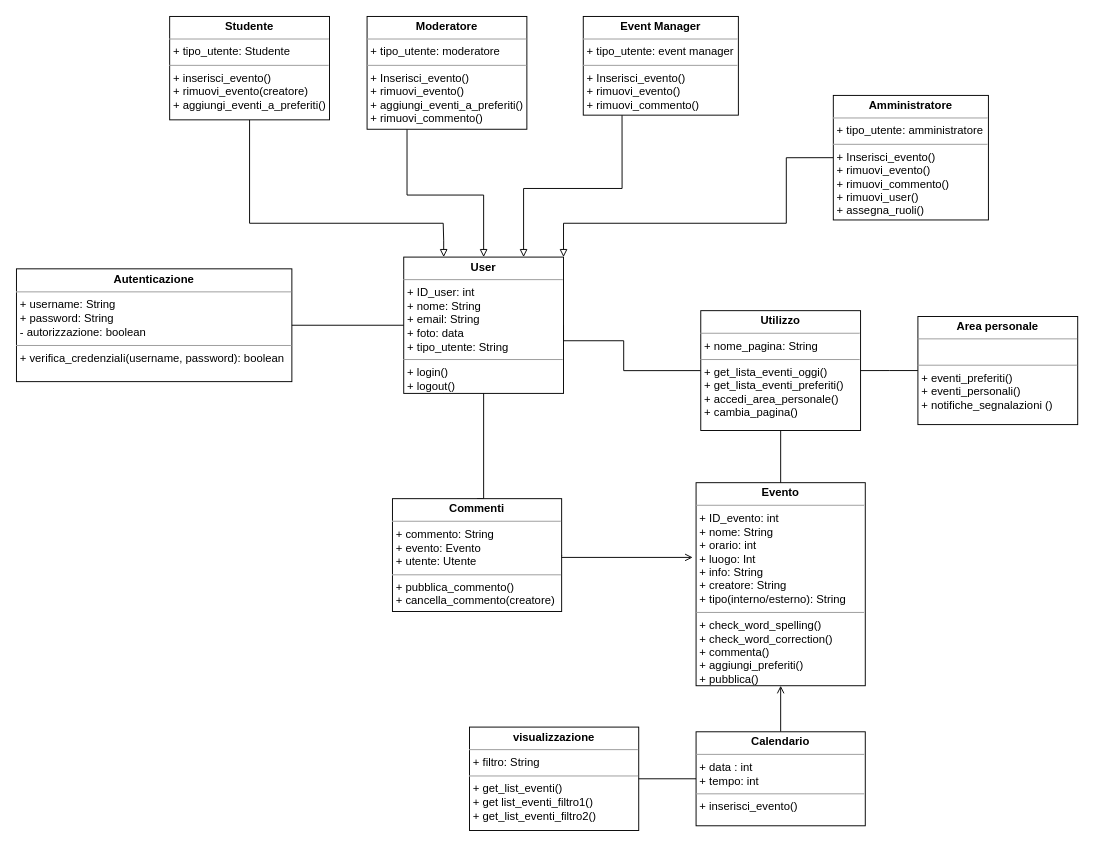
This is diagrams/4.class_diagram/Class_diagram_IS.drawio from tomasel/IS_Univents, a draw.io file, before an edit. Source tidied: cells renumbered, new cells numbered last; positions are measured from the earlier drawing's top-left corner, leaving out a move shared by most shapes. Both pictures are drawn from the tidied source at 94%, with x=0, y=0 at pixel (16, 16).
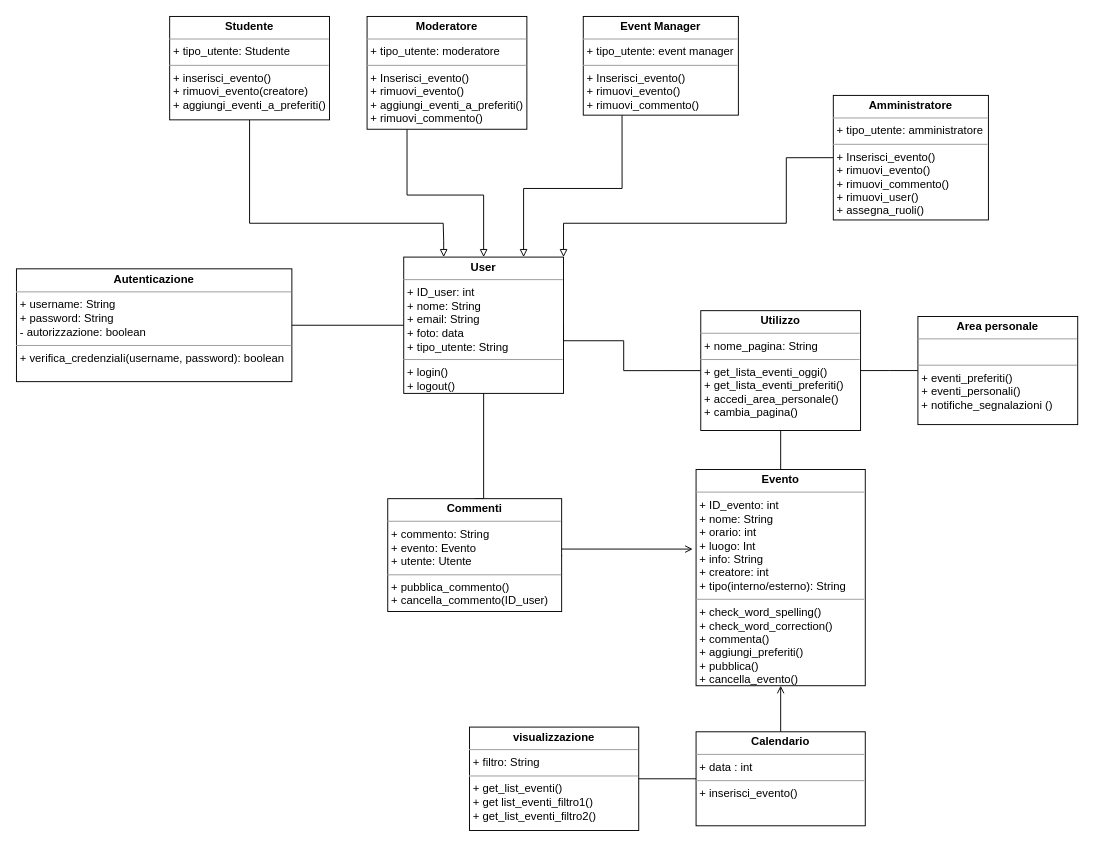
The same diagram, later.

What changed in the source:
```diff
@@
-    <mxCell id="13" value="&lt;p style=&quot;margin: 0px ; margin-top: 4px ; text-align: center&quot;&gt;&lt;b&gt;Evento&lt;/b&gt;&lt;/p&gt;&lt;hr size=&quot;1&quot;&gt;&lt;p style=&quot;margin: 0px ; margin-left: 4px&quot;&gt;+ ID_evento: int&lt;/p&gt;&lt;p style=&quot;margin: 0px ; margin-left: 4px&quot;&gt;+ nome: String&lt;/p&gt;&lt;p style=&quot;margin: 0px ; margin-left: 4px&quot;&gt;+ orario: int&lt;/p&gt;&lt;p style=&quot;margin: 0px ; margin-left: 4px&quot;&gt;+ luogo: Int&lt;/p&gt;&lt;p style=&quot;margin: 0px ; margin-left: 4px&quot;&gt;+ info: String&lt;/p&gt;&lt;p style=&quot;margin: 0px ; margin-left: 4px&quot;&gt;+ creatore: String&lt;/p&gt;&lt;p style=&quot;margin: 0px ; margin-left: 4px&quot;&gt;+ tipo(interno/esterno): String&lt;/p&gt;&lt;hr size=&quot;1&quot;&gt;&lt;p style=&quot;margin: 0px ; margin-left: 4px&quot;&gt;&lt;span&gt;+ check_word_spelling&lt;/span&gt;&lt;span&gt;()&lt;/span&gt;&lt;br&gt;&lt;/p&gt;&lt;p style=&quot;margin: 0px ; margin-left: 4px&quot;&gt;&lt;span&gt;+ check_word_correction()&lt;/span&gt;&lt;/p&gt;&lt;p style=&quot;margin: 0px ; margin-left: 4px&quot;&gt;&lt;span&gt;+ commenta()&lt;/span&gt;&lt;/p&gt;&lt;p style=&quot;margin: 0px ; margin-left: 4px&quot;&gt;&lt;span&gt;+ aggiungi_preferiti()&lt;/span&gt;&lt;/p&gt;&lt;p style=&quot;margin: 0px ; margin-left: 4px&quot;&gt;&lt;span&gt;+ pubblica()&lt;/span&gt;&lt;/p&gt;&lt;span style=&quot;color: rgba(0 , 0 , 0 , 0) ; font-family: monospace ; font-size: 0px&quot;&gt;%3CmxGraphModel%3E%3Croot%3E%3CmxCell%20id%3D%220%22%2F%3E%3CmxCell%20id%3D%221%22%20parent%3D%220%22%2F%3E%3CmxCell%20id%3D%222%22%20value%3D%22%26lt%3Bp%20style%3D%26quot%3Bmargin%3A%200px%20%3B%20margin-top%3A%204px%20%3B%20text-align%3A%20center%26quot%3B%26gt%3B%26lt%3Bb%26gt%3BStudente%26lt%3B%2Fb%26gt%3B%26lt%3B%2Fp%26gt%3B%26lt%3Bhr%20size%3D%26quot%3B1%26quot%3B%26gt%3B%26lt%3Bp%20style%3D%26quot%3Bmargin%3A%200px%20%3B%20margin-left%3A%204px%26quot%3B%26gt%3Blista_eventi_creati%26lt%3B%2Fp%26gt%3B%26lt%3Bp%20style%3D%26quot%3Bmargin%3A%200px%20%3B%20margin-left%3A%204px%26quot%3B%26gt%3Blista_eventi_preferiti%26lt%3B%2Fp%26gt%3B%26lt%3Bhr%20size%3D%26quot%3B1%26quot%3B%26gt%3B%26lt%3Bp%20style%3D%26quot%3Bmargin%3A%200px%20%3B%20margin-left%3A%204px%26quot%3B%26gt%3Bcommenta()%26lt%3B%2Fp%26gt%3B%26lt%3Bp%20style%3D%26quot%3Bmargin%3A%200px%20%3B%20margin-left%3A%204px%26quot%3B%26gt%3BInserisci_evento()%26lt%3B%2Fp%26gt%3B%26lt%3Bp%20style%3D%26quot%3Bmargin%3A%200px%20%3B%20margin-left%3A%204px%26quot%3B%26gt%3Brimuovi_evento(creatore)%26lt%3B%2Fp%26gt%3B%26lt%3Bp%20style%3D%26quot%3Bmargin%3A%200px%20%3B%20margin-left%3A%204px%26quot%3B%26gt%3B%26lt%3Bbr%26gt%3B%26lt%3B%2Fp%26gt%3B%26lt%3Bp%20style%3D%26quot%3Bmargin%3A%200px%20%3B%20margin-left%3A%204px%26quot%3B%26gt%3B%26lt%3Bbr%26gt%3B%26lt%3B%2Fp%26gt%3B%22%20style%3D%22verticalAlign%3Dtop%3Balign%3Dleft%3Boverflow%3Dfill%3BfontSize%3D12%3BfontFamily%3DHelvetica%3Bhtml%3D1%3B%22%20vertex%3D%221%22%20parent%3D%221%22%3E%3CmxGeometry%20x%3D%22120%22%20y%3D%22495%22%20width%3D%22160%22%20height%3D%22185%22%20as%3D%22geometry%22%2F%3E%3C%2FmxCell%3E%3C%2Froot%3E%3C%2FmxGraphModel%3&lt;br&gt;&lt;/span&gt;&lt;p style=&quot;margin: 0px ; margin-left: 4px&quot;&gt;&lt;br&gt;&lt;/p&gt;" style="verticalAlign=top;align=left;overflow=fill;fontSize=12;fontFamily=Helvetica;html=1;" parent="1" vertex="1">
-      <mxGeometry x="723" y="496" width="180" height="216" as="geometry" />
+    <mxCell id="13" value="&lt;p style=&quot;margin: 0px ; margin-top: 4px ; text-align: center&quot;&gt;&lt;b&gt;Evento&lt;/b&gt;&lt;/p&gt;&lt;hr size=&quot;1&quot;&gt;&lt;p style=&quot;margin: 0px ; margin-left: 4px&quot;&gt;+ ID_evento: int&lt;/p&gt;&lt;p style=&quot;margin: 0px ; margin-left: 4px&quot;&gt;+ nome: String&lt;/p&gt;&lt;p style=&quot;margin: 0px ; margin-left: 4px&quot;&gt;+ orario: int&lt;/p&gt;&lt;p style=&quot;margin: 0px ; margin-left: 4px&quot;&gt;+ luogo: Int&lt;/p&gt;&lt;p style=&quot;margin: 0px ; margin-left: 4px&quot;&gt;+ info: String&lt;/p&gt;&lt;p style=&quot;margin: 0px ; margin-left: 4px&quot;&gt;+ creatore: int&lt;/p&gt;&lt;p style=&quot;margin: 0px ; margin-left: 4px&quot;&gt;+ tipo(interno/esterno): String&lt;/p&gt;&lt;hr size=&quot;1&quot;&gt;&lt;p style=&quot;margin: 0px ; margin-left: 4px&quot;&gt;&lt;span&gt;+ check_word_spelling&lt;/span&gt;&lt;span&gt;()&lt;/span&gt;&lt;br&gt;&lt;/p&gt;&lt;p style=&quot;margin: 0px ; margin-left: 4px&quot;&gt;&lt;span&gt;+ check_word_correction()&lt;/span&gt;&lt;/p&gt;&lt;p style=&quot;margin: 0px ; margin-left: 4px&quot;&gt;&lt;span&gt;+ commenta()&lt;/span&gt;&lt;/p&gt;&lt;p style=&quot;margin: 0px ; margin-left: 4px&quot;&gt;&lt;span&gt;+ aggiungi_preferiti()&lt;/span&gt;&lt;/p&gt;&lt;p style=&quot;margin: 0px ; margin-left: 4px&quot;&gt;&lt;span&gt;+ pubblica()&lt;/span&gt;&lt;/p&gt;&lt;p style=&quot;margin: 0px ; margin-left: 4px&quot;&gt;&lt;span&gt;+ cancella_evento()&lt;/span&gt;&lt;/p&gt;&lt;span style=&quot;color: rgba(0 , 0 , 0 , 0) ; font-family: monospace ; font-size: 0px&quot;&gt;%3CmxGraphModel%3E%3Croot%3E%3CmxCell%20id%3D%220%22%2F%3E%3CmxCell%20id%3D%221%22%20parent%3D%220%22%2F%3E%3CmxCell%20id%3D%222%22%20value%3D%22%26lt%3Bp%20style%3D%26quot%3Bmargin%3A%200px%20%3B%20margin-top%3A%204px%20%3B%20text-align%3A%20center%26quot%3B%26gt%3B%26lt%3Bb%26gt%3BStudente%26lt%3B%2Fb%26gt%3B%26lt%3B%2Fp%26gt%3B%26lt%3Bhr%20size%3D%26quot%3B1%26quot%3B%26gt%3B%26lt%3Bp%20style%3D%26quot%3Bmargin%3A%200px%20%3B%20margin-left%3A%204px%26quot%3B%26gt%3Blista_eventi_creati%26lt%3B%2Fp%26gt%3B%26lt%3Bp%20style%3D%26quot%3Bmargin%3A%200px%20%3B%20margin-left%3A%204px%26quot%3B%26gt%3Blista_eventi_preferiti%26lt%3B%2Fp%26gt%3B%26lt%3Bhr%20size%3D%26quot%3B1%26quot%3B%26gt%3B%26lt%3Bp%20style%3D%26quot%3Bmargin%3A%200px%20%3B%20margin-left%3A%204px%26quot%3B%26gt%3Bcommenta()%26lt%3B%2Fp%26gt%3B%26lt%3Bp%20style%3D%26quot%3Bmargin%3A%200px%20%3B%20margin-left%3A%204px%26quot%3B%26gt%3BInserisci_evento()%26lt%3B%2Fp%26gt%3B%26lt%3Bp%20style%3D%26quot%3Bmargin%3A%200px%20%3B%20margin-left%3A%204px%26quot%3B%26gt%3Brimuovi_evento(creatore)%26lt%3B%2Fp%26gt%3B%26lt%3Bp%20style%3D%26quot%3Bmargin%3A%200px%20%3B%20margin-left%3A%204px%26quot%3B%26gt%3B%26lt%3Bbr%26gt%3B%26lt%3B%2Fp%26gt%3B%26lt%3Bp%20style%3D%26quot%3Bmargin%3A%200px%20%3B%20margin-left%3A%204px%26quot%3B%26gt%3B%26lt%3Bbr%26gt%3B%26lt%3B%2Fp%26gt%3B%22%20style%3D%22verticalAlign%3Dtop%3Balign%3Dleft%3Boverflow%3Dfill%3BfontSize%3D12%3BfontFamily%3DHelvetica%3Bhtml%3D1%3B%22%20vertex%3D%221%22%20parent%3D%221%22%3E%3CmxGeometry%20x%3D%22120%22%20y%3D%22495%22%20width%3D%22160%22%20height%3D%22185%22%20as%3D%22geometry%22%2F%3E%3C%2FmxCell%3E%3C%2Froot%3E%3C%2FmxGraphModel%3&lt;br&gt;&lt;/span&gt;&lt;p style=&quot;margin: 0px ; margin-left: 4px&quot;&gt;&lt;br&gt;&lt;/p&gt;" style="verticalAlign=top;align=left;overflow=fill;fontSize=12;fontFamily=Helvetica;html=1;" parent="1" vertex="1">
+      <mxGeometry x="723" y="482" width="180" height="230" as="geometry" />
     </mxCell>
@@
-    <mxCell id="15" value="&lt;p style=&quot;margin: 0px ; margin-top: 4px ; text-align: center&quot;&gt;&lt;b&gt;Calendario&lt;/b&gt;&lt;/p&gt;&lt;hr size=&quot;1&quot;&gt;&lt;p style=&quot;margin: 0px ; margin-left: 4px&quot;&gt;+ data : int&lt;/p&gt;&lt;p style=&quot;margin: 0px ; margin-left: 4px&quot;&gt;+ tempo: int&lt;/p&gt;&lt;hr size=&quot;1&quot;&gt;&lt;p style=&quot;margin: 0px ; margin-left: 4px&quot;&gt;&lt;/p&gt;&lt;p style=&quot;margin: 0px ; margin-left: 4px&quot;&gt;+ inserisci_evento()&lt;/p&gt;&lt;p style=&quot;margin: 0px ; margin-left: 4px&quot;&gt;&lt;br&gt;&lt;/p&gt;" style="verticalAlign=top;align=left;overflow=fill;fontSize=12;fontFamily=Helvetica;html=1;" parent="1" vertex="1">
+    <mxCell id="15" value="&lt;p style=&quot;margin: 0px ; margin-top: 4px ; text-align: center&quot;&gt;&lt;b&gt;Calendario&lt;/b&gt;&lt;/p&gt;&lt;hr size=&quot;1&quot;&gt;&lt;p style=&quot;margin: 0px ; margin-left: 4px&quot;&gt;+ data : int&lt;/p&gt;&lt;hr size=&quot;1&quot;&gt;&lt;p style=&quot;margin: 0px ; margin-left: 4px&quot;&gt;&lt;/p&gt;&lt;p style=&quot;margin: 0px ; margin-left: 4px&quot;&gt;+ inserisci_evento()&lt;/p&gt;&lt;p style=&quot;margin: 0px ; margin-left: 4px&quot;&gt;&lt;br&gt;&lt;/p&gt;" style="verticalAlign=top;align=left;overflow=fill;fontSize=12;fontFamily=Helvetica;html=1;" parent="1" vertex="1">
       <mxGeometry x="723" y="761" width="180" height="100" as="geometry" />
     </mxCell>
@@
-    <mxCell id="20" value="&lt;p style=&quot;margin: 0px ; margin-top: 4px ; text-align: center&quot;&gt;&lt;b&gt;Commenti&lt;/b&gt;&lt;/p&gt;&lt;hr size=&quot;1&quot;&gt;&lt;p style=&quot;margin: 0px 0px 0px 4px&quot;&gt;+ commento: String&lt;/p&gt;&lt;p style=&quot;margin: 0px 0px 0px 4px&quot;&gt;+ evento: Evento&lt;/p&gt;&lt;p style=&quot;margin: 0px 0px 0px 4px&quot;&gt;+ utente: Utente&lt;/p&gt;&lt;hr size=&quot;1&quot;&gt;&lt;p style=&quot;margin: 0px ; margin-left: 4px&quot;&gt;+ pubblica_commento()&lt;/p&gt;&lt;p style=&quot;margin: 0px ; margin-left: 4px&quot;&gt;+ cancella_commento(creatore)&lt;/p&gt;&lt;span style=&quot;color: rgba(0 , 0 , 0 , 0) ; font-family: monospace ; font-size: 0px&quot;&gt;%3CmxGraphModel%3E%3Croot%3E%3CmxCell%20id%3D%220%22%2F%3E%3CmxCell%20id%3D%221%22%20parent%3D%220%22%2F%3E%3CmxCell%20id%3D%222%22%20value%3D%22%26lt%3Bp%20style%3D%26quot%3Bmargin%3A%200px%20%3B%20margin-top%3A%204px%20%3B%20text-align%3A%20center%26quot%3B%26gt%3B%26lt%3Bb%26gt%3BStudente%26lt%3B%2Fb%26gt%3B%26lt%3B%2Fp%26gt%3B%26lt%3Bhr%20size%3D%26quot%3B1%26quot%3B%26gt%3B%26lt%3Bp%20style%3D%26quot%3Bmargin%3A%200px%20%3B%20margin-left%3A%204px%26quot%3B%26gt%3Blista_eventi_creati%26lt%3B%2Fp%26gt%3B%26lt%3Bp%20style%3D%26quot%3Bmargin%3A%200px%20%3B%20margin-left%3A%204px%26quot%3B%26gt%3Blista_eventi_preferiti%26lt%3B%2Fp%26gt%3B%26lt%3Bhr%20size%3D%26quot%3B1%26quot%3B%26gt%3B%26lt%3Bp%20style%3D%26quot%3Bmargin%3A%200px%20%3B%20margin-left%3A%204px%26quot%3B%26gt%3Bcommenta()%26lt%3B%2Fp%26gt%3B%26lt%3Bp%20style%3D%26quot%3Bmargin%3A%200px%20%3B%20margin-left%3A%204px%26quot%3B%26gt%3BInserisci_evento()%26lt%3B%2Fp%26gt%3B%26lt%3Bp%20style%3D%26quot%3Bmargin%3A%200px%20%3B%20margin-left%3A%204px%26quot%3B%26gt%3Brimuovi_evento(creatore)%26lt%3B%2Fp%26gt%3B%26lt%3Bp%20style%3D%26quot%3Bmargin%3A%200px%20%3B%20margin-left%3A%204px%26quot%3B%26gt%3B%26lt%3Bbr%26gt%3B%26lt%3B%2Fp%26gt%3B%26lt%3Bp%20style%3D%26quot%3Bmargin%3A%200px%20%3B%20margin-left%3A%204px%26quot%3B%26gt%3B%26lt%3Bbr%26gt%3B%26lt%3B%2Fp%26gt%3B%22%20style%3D%22verticalAlign%3Dtop%3Balign%3Dleft%3Boverflow%3Dfill%3BfontSize%3D12%3BfontFamily%3DHelvetica%3Bhtml%3D1%3B%22%20vertex%3D%221%22%20parent%3D%221%22%3E%3CmxGeometry%20x%3D%22120%22%20y%3D%22495%22%20width%3D%22160%22%20height%3D%22185%22%20as%3D%22geometry%22%2F%3E%3C%2FmxCell%3E%3C%2Froot%3E%3C%2FmxGraphModel%3&lt;br&gt;&lt;/span&gt;&lt;p style=&quot;margin: 0px ; margin-left: 4px&quot;&gt;&lt;br&gt;&lt;/p&gt;" style="verticalAlign=top;align=left;overflow=fill;fontSize=12;fontFamily=Helvetica;html=1;" parent="1" vertex="1">
-      <mxGeometry x="400" y="513" width="180" height="120" as="geometry" />
+    <mxCell id="20" value="&lt;p style=&quot;margin: 0px ; margin-top: 4px ; text-align: center&quot;&gt;&lt;b&gt;Commenti&lt;/b&gt;&lt;/p&gt;&lt;hr size=&quot;1&quot;&gt;&lt;p style=&quot;margin: 0px 0px 0px 4px&quot;&gt;+ commento: String&lt;/p&gt;&lt;p style=&quot;margin: 0px 0px 0px 4px&quot;&gt;+ evento: Evento&lt;/p&gt;&lt;p style=&quot;margin: 0px 0px 0px 4px&quot;&gt;+ utente: Utente&lt;/p&gt;&lt;hr size=&quot;1&quot;&gt;&lt;p style=&quot;margin: 0px ; margin-left: 4px&quot;&gt;+ pubblica_commento()&lt;/p&gt;&lt;p style=&quot;margin: 0px ; margin-left: 4px&quot;&gt;+ cancella_commento(ID_user)&lt;/p&gt;&lt;span style=&quot;color: rgba(0 , 0 , 0 , 0) ; font-family: monospace ; font-size: 0px&quot;&gt;%3CmxGraphModel%3E%3Croot%3E%3CmxCell%20id%3D%220%22%2F%3E%3CmxCell%20id%3D%221%22%20parent%3D%220%22%2F%3E%3CmxCell%20id%3D%222%22%20value%3D%22%26lt%3Bp%20style%3D%26quot%3Bmargin%3A%200px%20%3B%20margin-top%3A%204px%20%3B%20text-align%3A%20center%26quot%3B%26gt%3B%26lt%3Bb%26gt%3BStudente%26lt%3B%2Fb%26gt%3B%26lt%3B%2Fp%26gt%3B%26lt%3Bhr%20size%3D%26quot%3B1%26quot%3B%26gt%3B%26lt%3Bp%20style%3D%26quot%3Bmargin%3A%200px%20%3B%20margin-left%3A%204px%26quot%3B%26gt%3Blista_eventi_creati%26lt%3B%2Fp%26gt%3B%26lt%3Bp%20style%3D%26quot%3Bmargin%3A%200px%20%3B%20margin-left%3A%204px%26quot%3B%26gt%3Blista_eventi_preferiti%26lt%3B%2Fp%26gt%3B%26lt%3Bhr%20size%3D%26quot%3B1%26quot%3B%26gt%3B%26lt%3Bp%20style%3D%26quot%3Bmargin%3A%200px%20%3B%20margin-left%3A%204px%26quot%3B%26gt%3Bcommenta()%26lt%3B%2Fp%26gt%3B%26lt%3Bp%20style%3D%26quot%3Bmargin%3A%200px%20%3B%20margin-left%3A%204px%26quot%3B%26gt%3BInserisci_evento()%26lt%3B%2Fp%26gt%3B%26lt%3Bp%20style%3D%26quot%3Bmargin%3A%200px%20%3B%20margin-left%3A%204px%26quot%3B%26gt%3Brimuovi_evento(creatore)%26lt%3B%2Fp%26gt%3B%26lt%3Bp%20style%3D%26quot%3Bmargin%3A%200px%20%3B%20margin-left%3A%204px%26quot%3B%26gt%3B%26lt%3Bbr%26gt%3B%26lt%3B%2Fp%26gt%3B%26lt%3Bp%20style%3D%26quot%3Bmargin%3A%200px%20%3B%20margin-left%3A%204px%26quot%3B%26gt%3B%26lt%3Bbr%26gt%3B%26lt%3B%2Fp%26gt%3B%22%20style%3D%22verticalAlign%3Dtop%3Balign%3Dleft%3Boverflow%3Dfill%3BfontSize%3D12%3BfontFamily%3DHelvetica%3Bhtml%3D1%3B%22%20vertex%3D%221%22%20parent%3D%221%22%3E%3CmxGeometry%20x%3D%22120%22%20y%3D%22495%22%20width%3D%22160%22%20height%3D%22185%22%20as%3D%22geometry%22%2F%3E%3C%2FmxCell%3E%3C%2Froot%3E%3C%2FmxGraphModel%3&lt;br&gt;&lt;/span&gt;&lt;p style=&quot;margin: 0px ; margin-left: 4px&quot;&gt;&lt;br&gt;&lt;/p&gt;" style="verticalAlign=top;align=left;overflow=fill;fontSize=12;fontFamily=Helvetica;html=1;" parent="1" vertex="1">
+      <mxGeometry x="395" y="513" width="185" height="120" as="geometry" />
     </mxCell>
```
